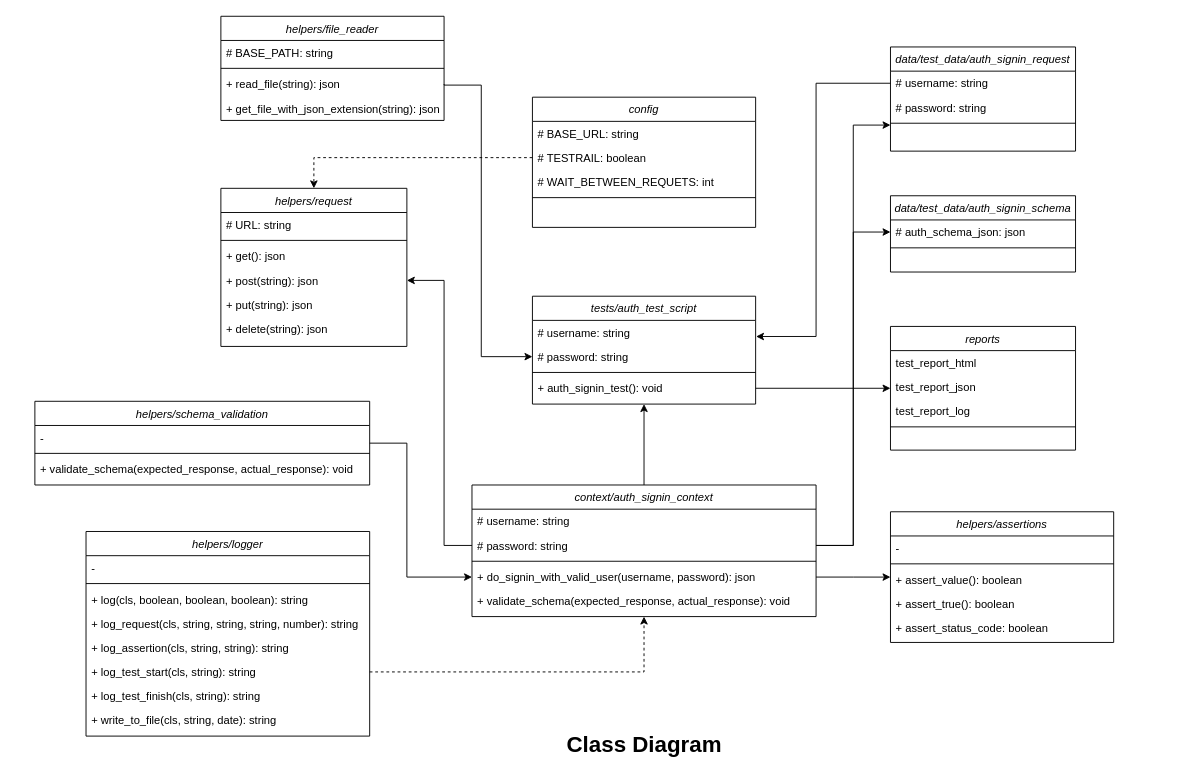
This is Untitled Diagram.drawio from pravin79/CAFE-FOOD-HUB, a draw.io file, before an edit. Source tidied: cells renumbered, new cells numbered last; positions are measured from the earlier drawing's top-left corner, leaving out a move shared by most shapes. Both pictures are drawn from the tidied source at 93%, with x=0, y=0 at pixel (34, 16).
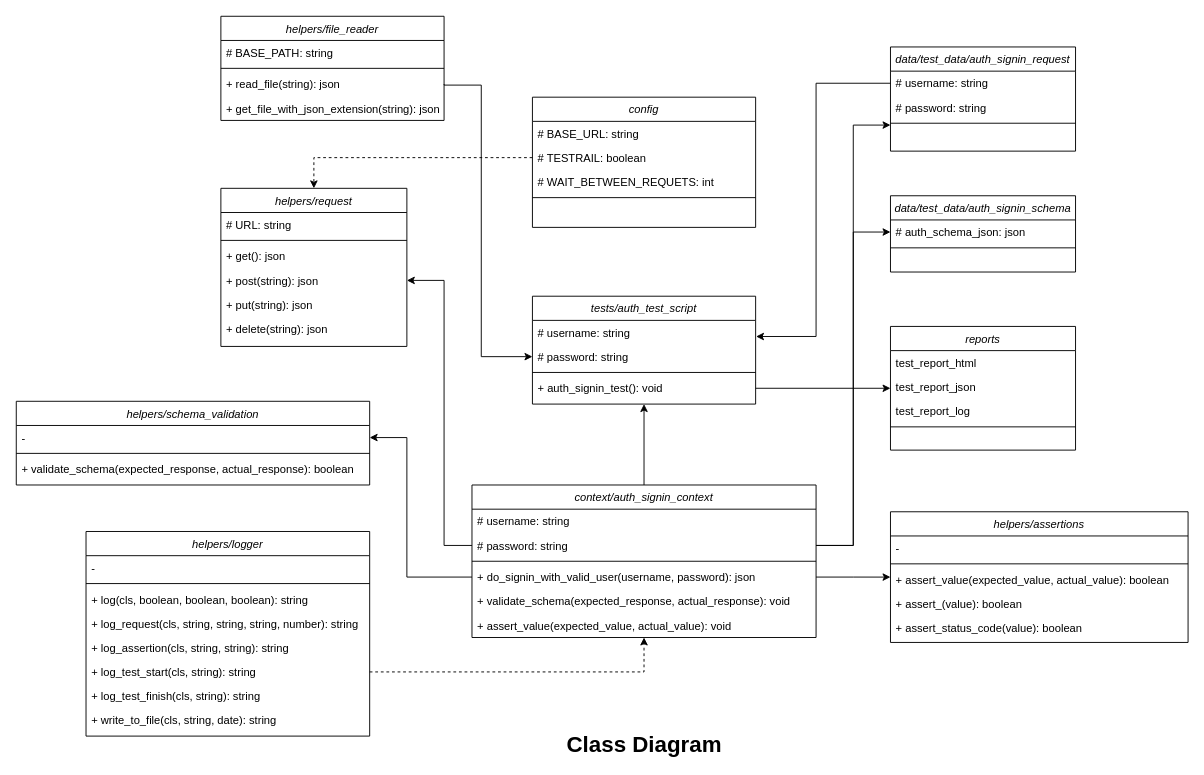
The same page after the edit.

The change refers to these unchanged cells:
```xml
<mxCell id="50" value="+ do_signin_with_valid_user(username, password): json" style="text;align=left;verticalAlign=top;spacingLeft=4;spacingRight=4;overflow=hidden;points=[[0,0.5],[1,0.5]];portConstraint=eastwest;" parent="46" vertex="1">
  <mxGeometry y="86" width="370" height="26" as="geometry" />
</mxCell>
```

What changed in the source:
```diff
@@
     <mxCell id="46" value="context/auth_signin_context" style="swimlane;fontStyle=2;align=center;verticalAlign=top;horizontal=1;startSize=26;rounded=0;shadow=0;strokeWidth=1;" parent="1" vertex="1">
-      <mxGeometry x="470" y="504" width="370" height="141.5" as="geometry" />
+      <mxGeometry x="470" y="504" width="370" height="164" as="geometry" />
     </mxCell>
@@
+    <mxCell id="73" value="+ assert_value(expected_value, actual_value): void" style="text;align=left;verticalAlign=top;spacingLeft=4;spacingRight=4;overflow=hidden;" parent="46" vertex="1">
+      <mxGeometry y="138" width="370" height="26" as="geometry" />
+    </mxCell>
@@
     <mxCell id="58" value="helpers/assertions" style="swimlane;fontStyle=2;align=center;verticalAlign=top;horizontal=1;startSize=26;rounded=0;shadow=0;strokeWidth=1;" parent="1" vertex="1">
-      <mxGeometry x="920" y="532.8" width="240" height="140.5" as="geometry" />
+      <mxGeometry x="920" y="532.8" width="320" height="140.5" as="geometry" />
     </mxCell>
     <mxCell id="59" value="-" style="text;align=left;verticalAlign=top;spacingLeft=4;spacingRight=4;overflow=hidden;" parent="58" vertex="1">
-      <mxGeometry y="26" width="240" height="26" as="geometry" />
+      <mxGeometry y="26" width="320" height="26" as="geometry" />
     </mxCell>
     <mxCell id="60" style="line;html=1;strokeWidth=1;align=left;verticalAlign=middle;spacingTop=-1;spacingLeft=3;spacingRight=3;labelPosition=right;" parent="58" vertex="1">
-      <mxGeometry y="52" width="240" height="8" as="geometry" />
+      <mxGeometry y="52" width="320" height="8" as="geometry" />
     </mxCell>
-    <mxCell id="61" value="+ assert_value(): boolean" style="text;align=left;verticalAlign=top;spacingLeft=4;spacingRight=4;overflow=hidden;" parent="58" vertex="1">
-      <mxGeometry y="60" width="240" height="26" as="geometry" />
+    <mxCell id="61" value="+ assert_value(expected_value, actual_value): boolean" style="text;align=left;verticalAlign=top;spacingLeft=4;spacingRight=4;overflow=hidden;" parent="58" vertex="1">
+      <mxGeometry y="60" width="320" height="26" as="geometry" />
     </mxCell>
-    <mxCell id="62" value="+ assert_true(): boolean" style="text;align=left;verticalAlign=top;spacingLeft=4;spacingRight=4;overflow=hidden;" parent="58" vertex="1">
-      <mxGeometry y="86" width="240" height="26" as="geometry" />
+    <mxCell id="62" value="+ assert_(value): boolean" style="text;align=left;verticalAlign=top;spacingLeft=4;spacingRight=4;overflow=hidden;" parent="58" vertex="1">
+      <mxGeometry y="86" width="320" height="26" as="geometry" />
     </mxCell>
-    <mxCell id="63" value="+ assert_status_code: boolean" style="text;align=left;verticalAlign=top;spacingLeft=4;spacingRight=4;overflow=hidden;" parent="58" vertex="1">
-      <mxGeometry y="112" width="240" height="26" as="geometry" />
+    <mxCell id="63" value="+ assert_status_code(value): boolean" style="text;align=left;verticalAlign=top;spacingLeft=4;spacingRight=4;overflow=hidden;" parent="58" vertex="1">
+      <mxGeometry y="112" width="320" height="26" as="geometry" />
     </mxCell>
@@
-    <mxCell id="66" style="edgeStyle=orthogonalEdgeStyle;rounded=0;jettySize=auto;html=1;exitX=1;exitY=0.5;exitDx=0;exitDy=0;entryX=0;entryY=0.5;entryDx=0;entryDy=0;" parent="1" edge="1" source="67" target="50">
-      <mxGeometry relative="1" as="geometry">
-        <Array as="points">
-          <mxPoint x="400" y="459" />
-          <mxPoint x="400" y="603" />
-        </Array>
-      </mxGeometry>
-    </mxCell>
     <mxCell id="67" value="helpers/schema_validation" style="swimlane;fontStyle=2;align=center;verticalAlign=top;horizontal=1;startSize=26;rounded=0;shadow=0;strokeWidth=1;" parent="1" vertex="1">
-      <mxGeometry y="414" width="360" height="90" as="geometry" />
+      <mxGeometry x="-20" y="414" width="380" height="90" as="geometry" />
     </mxCell>
     <mxCell id="68" value="-" style="text;align=left;verticalAlign=top;spacingLeft=4;spacingRight=4;overflow=hidden;points=[[0,0.5],[1,0.5]];portConstraint=eastwest;" parent="67" vertex="1">
-      <mxGeometry y="26" width="360" height="26" as="geometry" />
+      <mxGeometry y="26" width="380" height="26" as="geometry" />
     </mxCell>
     <mxCell id="69" style="line;html=1;strokeWidth=1;align=left;verticalAlign=middle;spacingTop=-1;spacingLeft=3;spacingRight=3;labelPosition=right;" parent="67" vertex="1">
-      <mxGeometry y="52" width="360" height="8" as="geometry" />
+      <mxGeometry y="52" width="380" height="8" as="geometry" />
     </mxCell>
-    <mxCell id="70" value="+ validate_schema(expected_response, actual_response): void" style="text;align=left;verticalAlign=top;spacingLeft=4;spacingRight=4;overflow=hidden;" parent="67" vertex="1">
-      <mxGeometry y="60" width="360" height="26" as="geometry" />
+    <mxCell id="70" value="+ validate_schema(expected_response, actual_response): boolean" style="text;align=left;verticalAlign=top;spacingLeft=4;spacingRight=4;overflow=hidden;" parent="67" vertex="1">
+      <mxGeometry y="60" width="380" height="26" as="geometry" />
     </mxCell>
@@
+    <mxCell id="74" style="edgeStyle=orthogonalEdgeStyle;rounded=0;jettySize=auto;html=1;exitX=0;exitY=0.5;exitDx=0;exitDy=0;entryX=1;entryY=0.5;entryDx=0;entryDy=0;" parent="1" edge="1" source="50" target="68">
+      <mxGeometry relative="1" as="geometry">
+        <Array as="points">
+          <mxPoint x="400" y="603" />
+          <mxPoint x="400" y="453" />
+        </Array>
+      </mxGeometry>
+    </mxCell>
```
